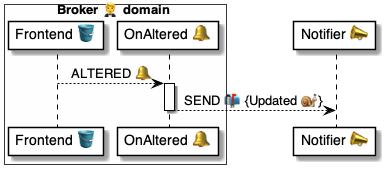
Before: 4 ⚙️ Solution/20 🧑‍🦰 UI/Brokers 🤵/🤵🪣 Broker tables/Frontend 📱 table/🪣🧱 Altered 🔔 event/🤵 OnFrontendAltered ⚙️ uml.png, a diagram exported from PlantUML (pollyweb-org/pollyweb-docs). Its source is kept beside it as 4 ⚙️ Solution/20 🧑‍🦰 UI/Brokers 🤵/🤵🪣 Broker tables/Frontend 📱 table/🪣🧱 Altered 🔔 event/🤵 OnFrontendAltered ⚙️ uml.puml.
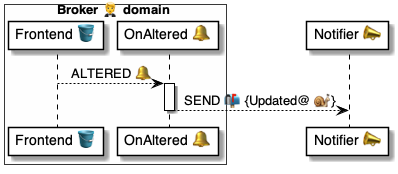
After the change.

Diff of the diagram source:
```diff
@@ -12,7 +12,7 @@
 deactivate frontend
 
 activate handler
-    handler --> notifier: SEND 📬 {Updated 🐌}
+    handler --> notifier: SEND 📬 {Updated@ 🐌}
 deactivate handler
 
 @enduml
```
